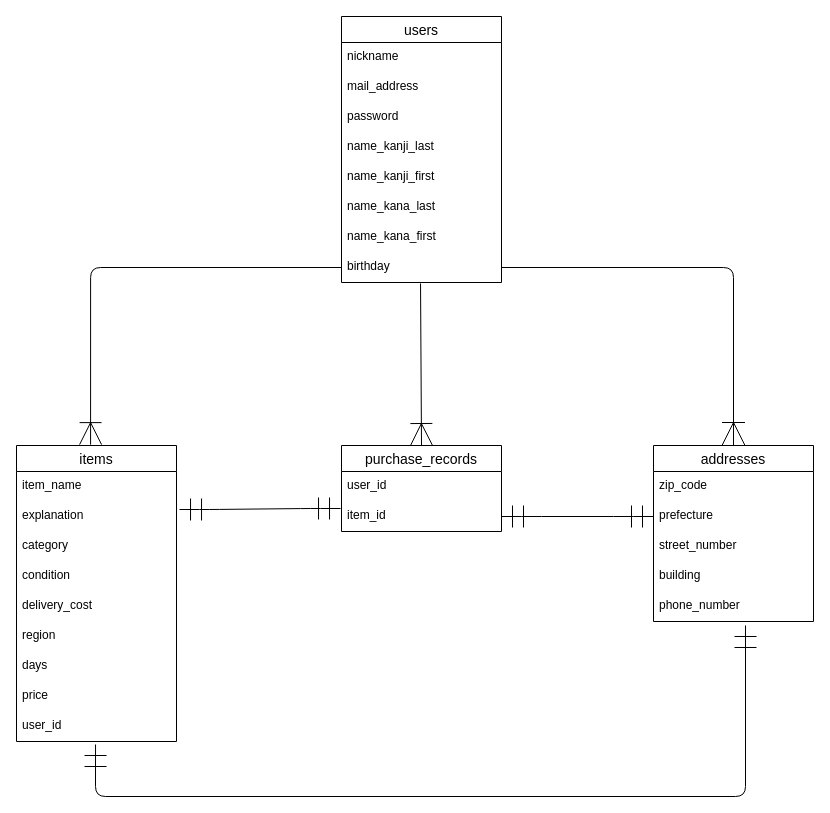
Before: furima.dio in norihitowada/furima-34350, a draw.io diagram. Source tidied: cells renumbered, new cells numbered last; positions are measured from the earlier drawing's top-left corner, leaving out a move shared by most shapes. Both pictures are drawn from the tidied source at 100%, with x=0, y=0 at pixel (16, 16).
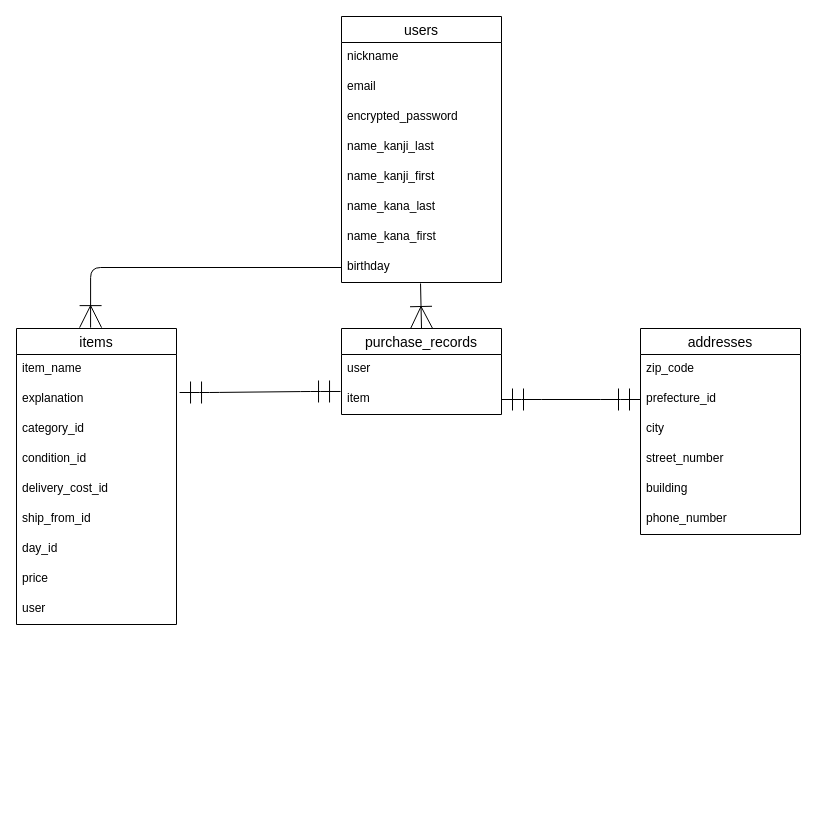
After the change.

Unchanged cells that the change refers to:
```xml
<mxCell id="2" value="users" style="swimlane;fontStyle=0;horizontal=1;startSize=26;align=center;fontSize=14;verticalAlign=middle;" parent="1" vertex="1">
  <mxGeometry x="325" width="160" height="266" as="geometry" />
</mxCell>
<mxCell id="10" value="birthday" style="text;strokeColor=none;fillColor=none;spacingLeft=4;spacingRight=4;overflow=hidden;points=[[0,0.5],[1,0.5]];portConstraint=eastwest;fontSize=12;" parent="2" vertex="1">
  <mxGeometry y="236" width="160" height="30" as="geometry" />
</mxCell>
```

Diff of the diagram source:
```diff
@@
-    <mxCell id="4" value="mail_address" style="text;strokeColor=none;fillColor=none;spacingLeft=4;spacingRight=4;overflow=hidden;fontSize=12;" parent="2" vertex="1">
+    <mxCell id="4" value="email" style="text;strokeColor=none;fillColor=none;spacingLeft=4;spacingRight=4;overflow=hidden;fontSize=12;" parent="2" vertex="1">
       <mxGeometry y="56" width="160" height="30" as="geometry" />
     </mxCell>
-    <mxCell id="5" value="password" style="text;strokeColor=none;fillColor=none;spacingLeft=4;spacingRight=4;overflow=hidden;fontSize=12;" parent="2" vertex="1">
+    <mxCell id="5" value="encrypted_password" style="text;strokeColor=none;fillColor=none;spacingLeft=4;spacingRight=4;overflow=hidden;fontSize=12;" parent="2" vertex="1">
       <mxGeometry y="86" width="160" height="30" as="geometry" />
     </mxCell>
@@
     <mxCell id="11" value="items" style="swimlane;fontStyle=0;horizontal=1;startSize=26;align=center;fontSize=14;verticalAlign=middle;" parent="1" vertex="1">
-      <mxGeometry y="429" width="160" height="296" as="geometry" />
+      <mxGeometry y="312" width="160" height="296" as="geometry" />
     </mxCell>
@@
-    <mxCell id="14" value="category" style="text;strokeColor=none;fillColor=none;spacingLeft=4;spacingRight=4;overflow=hidden;fontSize=12;" parent="11" vertex="1">
+    <mxCell id="14" value="category_id" style="text;strokeColor=none;fillColor=none;spacingLeft=4;spacingRight=4;overflow=hidden;fontSize=12;" parent="11" vertex="1">
       <mxGeometry y="86" width="160" height="30" as="geometry" />
     </mxCell>
-    <mxCell id="15" value="condition" style="text;strokeColor=none;fillColor=none;spacingLeft=4;spacingRight=4;overflow=hidden;fontSize=12;" parent="11" vertex="1">
+    <mxCell id="15" value="condition_id" style="text;strokeColor=none;fillColor=none;spacingLeft=4;spacingRight=4;overflow=hidden;fontSize=12;" parent="11" vertex="1">
       <mxGeometry y="116" width="160" height="30" as="geometry" />
     </mxCell>
-    <mxCell id="16" value="delivery_cost" style="text;strokeColor=none;fillColor=none;spacingLeft=4;spacingRight=4;overflow=hidden;fontSize=12;" parent="11" vertex="1">
+    <mxCell id="16" value="delivery_cost_id" style="text;strokeColor=none;fillColor=none;spacingLeft=4;spacingRight=4;overflow=hidden;fontSize=12;" parent="11" vertex="1">
       <mxGeometry y="146" width="160" height="30" as="geometry" />
     </mxCell>
-    <mxCell id="17" value="region" style="text;strokeColor=none;fillColor=none;spacingLeft=4;spacingRight=4;overflow=hidden;fontSize=12;" parent="11" vertex="1">
+    <mxCell id="17" value="ship_from_id" style="text;strokeColor=none;fillColor=none;spacingLeft=4;spacingRight=4;overflow=hidden;fontSize=12;" parent="11" vertex="1">
       <mxGeometry y="176" width="160" height="30" as="geometry" />
     </mxCell>
-    <mxCell id="18" value="days" style="text;strokeColor=none;fillColor=none;spacingLeft=4;spacingRight=4;overflow=hidden;fontSize=12;" parent="11" vertex="1">
+    <mxCell id="18" value="day_id" style="text;strokeColor=none;fillColor=none;spacingLeft=4;spacingRight=4;overflow=hidden;fontSize=12;" parent="11" vertex="1">
       <mxGeometry y="206" width="160" height="30" as="geometry" />
     </mxCell>
@@
-    <mxCell id="20" value="user_id" style="text;strokeColor=none;fillColor=none;spacingLeft=4;spacingRight=4;overflow=hidden;points=[[0,0.5],[1,0.5]];portConstraint=eastwest;fontSize=12;" parent="11" vertex="1">
+    <mxCell id="20" value="user" style="text;strokeColor=none;fillColor=none;spacingLeft=4;spacingRight=4;overflow=hidden;points=[[0,0.5],[1,0.5]];portConstraint=eastwest;fontSize=12;" parent="11" vertex="1">
       <mxGeometry y="266" width="160" height="30" as="geometry" />
     </mxCell>
     <mxCell id="21" value="purchase_records" style="swimlane;fontStyle=0;horizontal=1;startSize=26;align=center;fontSize=14;verticalAlign=middle;" parent="1" vertex="1">
-      <mxGeometry x="325" y="429" width="160" height="86" as="geometry" />
+      <mxGeometry x="325" y="312" width="160" height="86" as="geometry" />
     </mxCell>
-    <mxCell id="22" value="user_id" style="text;strokeColor=none;fillColor=none;spacingLeft=4;spacingRight=4;overflow=hidden;fontSize=12;" parent="21" vertex="1">
+    <mxCell id="22" value="user" style="text;strokeColor=none;fillColor=none;spacingLeft=4;spacingRight=4;overflow=hidden;fontSize=12;" parent="21" vertex="1">
       <mxGeometry y="26" width="160" height="30" as="geometry" />
     </mxCell>
-    <mxCell id="23" value="item_id" style="text;strokeColor=none;fillColor=none;spacingLeft=4;spacingRight=4;overflow=hidden;points=[[0,0.5],[1,0.5]];portConstraint=eastwest;fontSize=12;" parent="21" vertex="1">
+    <mxCell id="23" value="item" style="text;strokeColor=none;fillColor=none;spacingLeft=4;spacingRight=4;overflow=hidden;points=[[0,0.5],[1,0.5]];portConstraint=eastwest;fontSize=12;" parent="21" vertex="1">
       <mxGeometry y="56" width="160" height="30" as="geometry" />
     </mxCell>
     <mxCell id="24" value="addresses" style="swimlane;fontStyle=0;horizontal=1;startSize=26;align=center;fontSize=14;verticalAlign=middle;" parent="1" vertex="1">
-      <mxGeometry x="637" y="429" width="160" height="176" as="geometry" />
+      <mxGeometry x="624" y="312" width="160" height="206" as="geometry" />
     </mxCell>
@@
-    <mxCell id="26" value="prefecture" style="text;strokeColor=none;fillColor=none;spacingLeft=4;spacingRight=4;overflow=hidden;points=[[0,0.5],[1,0.5]];portConstraint=eastwest;fontSize=12;" parent="24" vertex="1">
+    <mxCell id="26" value="prefecture_id" style="text;strokeColor=none;fillColor=none;spacingLeft=4;spacingRight=4;overflow=hidden;points=[[0,0.5],[1,0.5]];portConstraint=eastwest;fontSize=12;" parent="24" vertex="1">
       <mxGeometry y="56" width="160" height="30" as="geometry" />
     </mxCell>
+    <mxCell id="36" value="city" style="text;strokeColor=none;fillColor=none;spacingLeft=4;spacingRight=4;overflow=hidden;fontSize=12;" parent="24" vertex="1">
+      <mxGeometry y="86" width="160" height="30" as="geometry" />
+    </mxCell>
     <mxCell id="27" value="street_number" style="text;strokeColor=none;fillColor=none;spacingLeft=4;spacingRight=4;overflow=hidden;fontSize=12;" parent="24" vertex="1">
-      <mxGeometry y="86" width="160" height="30" as="geometry" />
+      <mxGeometry y="116" width="160" height="30" as="geometry" />
     </mxCell>
     <mxCell id="28" value="building" style="text;strokeColor=none;fillColor=none;spacingLeft=4;spacingRight=4;overflow=hidden;fontSize=12;" parent="24" vertex="1">
-      <mxGeometry y="116" width="160" height="30" as="geometry" />
+      <mxGeometry y="146" width="160" height="30" as="geometry" />
     </mxCell>
     <mxCell id="29" value="phone_number" style="text;strokeColor=none;fillColor=none;spacingLeft=4;spacingRight=4;overflow=hidden;points=[[0,0.5],[1,0.5]];portConstraint=eastwest;fontSize=12;" parent="24" vertex="1">
-      <mxGeometry y="146" width="160" height="30" as="geometry" />
+      <mxGeometry y="176" width="160" height="30" as="geometry" />
     </mxCell>
@@
-    <mxCell id="31" style="edgeStyle=orthogonalEdgeStyle;fontSize=12;html=1;endArrow=ERoneToMany;strokeWidth=1;exitX=1;exitY=0.5;exitDx=0;exitDy=0;entryX=0.5;entryY=0;entryDx=0;entryDy=0;endSize=21;" parent="1" edge="1" source="10" target="24">
-      <mxGeometry relative="1" as="geometry" />
-    </mxCell>
@@
-    <mxCell id="35" style="edgeStyle=orthogonalEdgeStyle;fontSize=12;html=1;endArrow=ERmandOne;startArrow=ERmandOne;strokeWidth=1;endSize=20;targetPerimeterSpacing=20;sourcePerimeterSpacing=9;startSize=20;exitX=0.494;exitY=1.1;exitDx=0;exitDy=0;entryX=0.575;entryY=1.133;entryDx=0;entryDy=0;entryPerimeter=0;exitPerimeter=0;" parent="1" edge="1" source="20" target="29">
-      <mxGeometry relative="1" as="geometry">
-        <Array as="points">
-          <mxPoint x="79" y="780" />
-          <mxPoint x="729" y="780" />
-        </Array>
-      </mxGeometry>
-    </mxCell>
```
